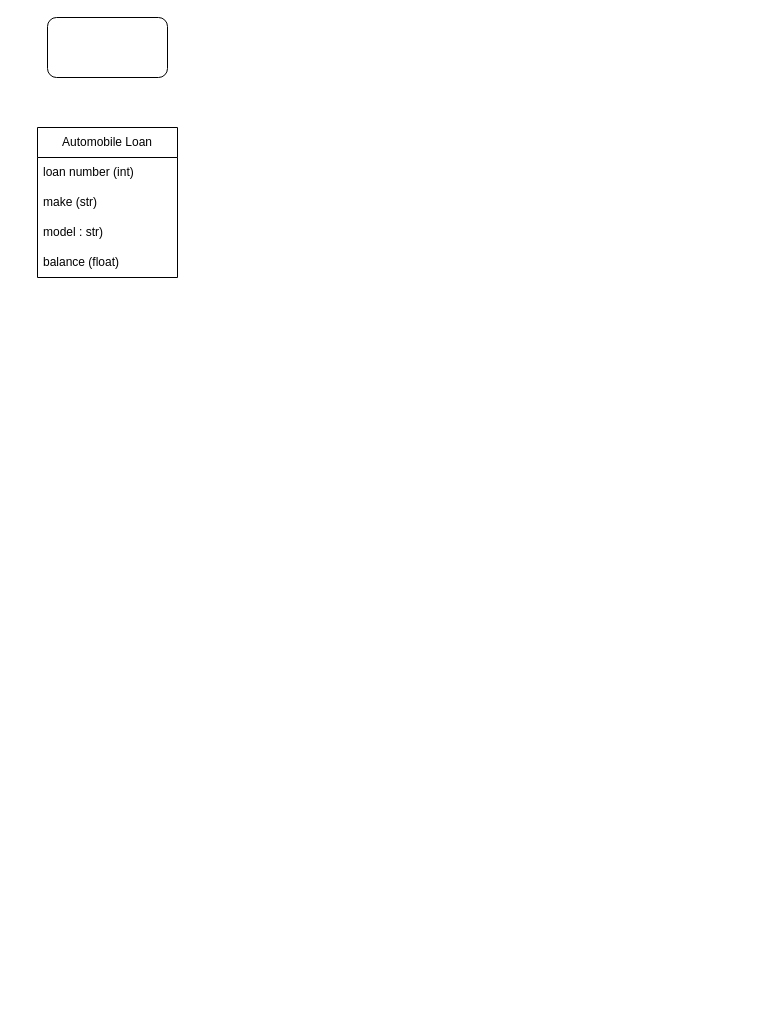
The draw.io diagram M10Objects (Kyler Suess).drawio in TheAgera/DrawIO, before the edit. Source tidied: cells renumbered, new cells numbered last; positions are measured from the earlier drawing's top-left corner, leaving out a move shared by most shapes. Both pictures are drawn from the tidied source at 100%, with x=0, y=0 at pixel (37, 17).
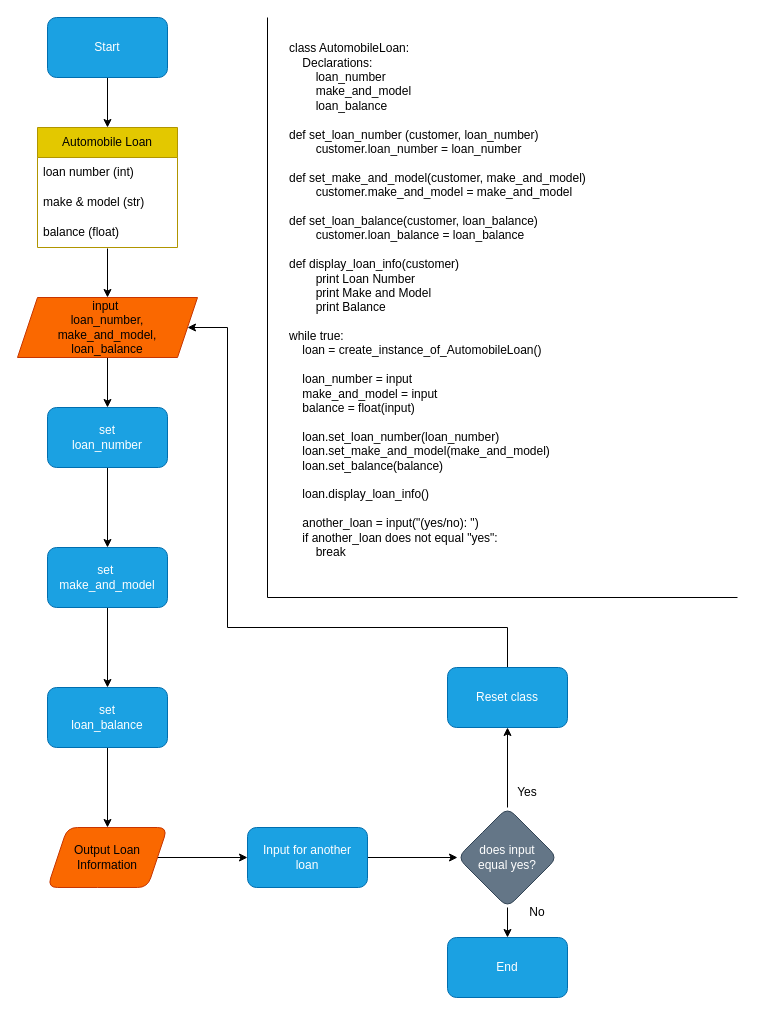
The same diagram, later.

Change to the diagram source:
```diff
@@
+    <mxCell id="8" style="edgeStyle=orthogonalEdgeStyle;rounded=0;jettySize=auto;html=1;entryX=0.5;entryY=0;entryDx=0;entryDy=0;" parent="1" edge="1" source="2" target="3">
+      <mxGeometry relative="1" as="geometry" />
+    </mxCell>
-    <mxCell id="2" style="rounded=1;whiteSpace=wrap;html=1;" parent="1" vertex="1">
+    <mxCell id="2" value="Start" style="rounded=1;whiteSpace=wrap;html=1;fillColor=#1ba1e2;fontColor=#ffffff;strokeColor=#006EAF;" parent="1" vertex="1">
       <mxGeometry x="10" width="120" height="60" as="geometry" />
     </mxCell>
-    <mxCell id="3" value="Automobile Loan" style="swimlane;fontStyle=0;horizontal=1;startSize=30;whiteSpace=wrap;html=1;" parent="1" vertex="1">
-      <mxGeometry y="110" width="140" height="150" as="geometry" />
+    <mxCell id="3" value="Automobile Loan" style="swimlane;fontStyle=0;horizontal=1;startSize=30;whiteSpace=wrap;html=1;fillColor=#e3c800;fontColor=#000000;strokeColor=#B09500;" parent="1" vertex="1">
+      <mxGeometry y="110" width="140" height="120" as="geometry" />
     </mxCell>
@@
-    <mxCell id="5" value="make (str)" style="text;strokeColor=none;fillColor=none;align=left;verticalAlign=middle;spacingLeft=4;spacingRight=4;overflow=hidden;whiteSpace=wrap;html=1;" parent="3" vertex="1">
+    <mxCell id="5" value="make &amp;amp; model (str)" style="text;strokeColor=none;fillColor=none;align=left;verticalAlign=middle;spacingLeft=4;spacingRight=4;overflow=hidden;whiteSpace=wrap;html=1;" parent="3" vertex="1">
       <mxGeometry y="60" width="140" height="30" as="geometry" />
     </mxCell>
-    <mxCell id="6" value="model : str)" style="text;strokeColor=none;fillColor=none;align=left;verticalAlign=middle;spacingLeft=4;spacingRight=4;overflow=hidden;whiteSpace=wrap;html=1;" parent="3" vertex="1">
-      <mxGeometry y="90" width="140" height="30" as="geometry" />
-    </mxCell>
     <mxCell id="7" value="balance (float)" style="text;strokeColor=none;fillColor=none;align=left;verticalAlign=middle;spacingLeft=4;spacingRight=4;overflow=hidden;points=[[0,0.5],[1,0.5]];portConstraint=eastwest;whiteSpace=wrap;html=1;" parent="3" vertex="1">
-      <mxGeometry y="120" width="140" height="30" as="geometry" />
+      <mxGeometry y="90" width="140" height="30" as="geometry" />
     </mxCell>
+    <mxCell id="9" style="endArrow=classic;html=1;rounded=0;exitX=0.5;exitY=1.033;exitDx=0;exitDy=0;exitPerimeter=0;" parent="1" edge="1" source="7">
+      <mxGeometry relative="1" as="geometry">
+        <mxPoint x="70" y="280" as="targetPoint" />
+      </mxGeometry>
+    </mxCell>
+    <mxCell id="10" style="edgeStyle=orthogonalEdgeStyle;rounded=0;jettySize=auto;html=1;" parent="1" edge="1" source="11" target="13">
+      <mxGeometry relative="1" as="geometry" />
+    </mxCell>
+    <mxCell id="11" value="input&amp;nbsp;&lt;br&gt;loan_number,&lt;br&gt;make_and_model,&lt;br&gt;loan_balance" style="shape=parallelogram;perimeter=parallelogramPerimeter;whiteSpace=wrap;html=1;fixedSize=1;fillColor=#fa6800;fontColor=#000000;strokeColor=#C73500;" parent="1" vertex="1">
+      <mxGeometry x="-20" y="280" width="180" height="60" as="geometry" />
+    </mxCell>
+    <mxCell id="12" style="edgeStyle=orthogonalEdgeStyle;rounded=0;jettySize=auto;html=1;" parent="1" edge="1" source="13" target="15">
+      <mxGeometry relative="1" as="geometry" />
+    </mxCell>
+    <mxCell id="13" value="set &lt;br&gt;loan_number" style="rounded=1;whiteSpace=wrap;html=1;fillColor=#1ba1e2;fontColor=#ffffff;strokeColor=#006EAF;" parent="1" vertex="1">
+      <mxGeometry x="10" y="390" width="120" height="60" as="geometry" />
+    </mxCell>
+    <mxCell id="14" style="edgeStyle=orthogonalEdgeStyle;rounded=0;jettySize=auto;html=1;" parent="1" edge="1" source="15" target="17">
+      <mxGeometry relative="1" as="geometry" />
+    </mxCell>
+    <mxCell id="15" value="set&amp;nbsp;&lt;br&gt;make_and_model" style="whiteSpace=wrap;html=1;rounded=1;fillColor=#1ba1e2;fontColor=#ffffff;strokeColor=#006EAF;" parent="1" vertex="1">
+      <mxGeometry x="10" y="530" width="120" height="60" as="geometry" />
+    </mxCell>
+    <mxCell id="16" style="edgeStyle=orthogonalEdgeStyle;rounded=0;jettySize=auto;html=1;" parent="1" edge="1" source="17" target="19">
+      <mxGeometry relative="1" as="geometry" />
+    </mxCell>
+    <mxCell id="17" value="set&lt;br&gt;loan_balance" style="whiteSpace=wrap;html=1;rounded=1;fillColor=#1ba1e2;fontColor=#ffffff;strokeColor=#006EAF;" parent="1" vertex="1">
+      <mxGeometry x="10" y="670" width="120" height="60" as="geometry" />
+    </mxCell>
+    <mxCell id="18" style="edgeStyle=orthogonalEdgeStyle;rounded=0;jettySize=auto;html=1;" parent="1" edge="1" source="19" target="21">
+      <mxGeometry relative="1" as="geometry" />
+    </mxCell>
+    <mxCell id="19" value="Output Loan&lt;br&gt;Information" style="shape=parallelogram;perimeter=parallelogramPerimeter;whiteSpace=wrap;html=1;fixedSize=1;rounded=1;fillColor=#fa6800;fontColor=#000000;strokeColor=#C73500;" parent="1" vertex="1">
+      <mxGeometry x="10" y="810" width="120" height="60" as="geometry" />
+    </mxCell>
+    <mxCell id="20" style="edgeStyle=orthogonalEdgeStyle;rounded=0;jettySize=auto;html=1;" parent="1" edge="1" source="21" target="24">
+      <mxGeometry relative="1" as="geometry" />
+    </mxCell>
+    <mxCell id="21" value="Input for another&lt;br&gt;loan" style="whiteSpace=wrap;html=1;rounded=1;fillColor=#1ba1e2;fontColor=#ffffff;strokeColor=#006EAF;" parent="1" vertex="1">
+      <mxGeometry x="210" y="810" width="120" height="60" as="geometry" />
+    </mxCell>
+    <mxCell id="22" style="edgeStyle=orthogonalEdgeStyle;rounded=0;jettySize=auto;html=1;" parent="1" edge="1" source="24" target="25">
+      <mxGeometry relative="1" as="geometry" />
+    </mxCell>
+    <mxCell id="23" style="edgeStyle=orthogonalEdgeStyle;rounded=0;jettySize=auto;html=1;" parent="1" edge="1" source="24" target="27">
+      <mxGeometry relative="1" as="geometry" />
+    </mxCell>
+    <mxCell id="24" value="does input &lt;br&gt;equal yes?" style="rhombus;whiteSpace=wrap;html=1;rounded=1;fillColor=#647687;fontColor=#ffffff;strokeColor=#314354;" parent="1" vertex="1">
+      <mxGeometry x="420" y="790" width="100" height="100" as="geometry" />
+    </mxCell>
+    <mxCell id="25" value="End" style="whiteSpace=wrap;html=1;rounded=1;fillColor=#1ba1e2;fontColor=#ffffff;strokeColor=#006EAF;" parent="1" vertex="1">
+      <mxGeometry x="410" y="920" width="120" height="60" as="geometry" />
+    </mxCell>
+    <mxCell id="26" style="edgeStyle=orthogonalEdgeStyle;rounded=0;jettySize=auto;html=1;exitX=0.5;exitY=0;exitDx=0;exitDy=0;entryX=1;entryY=0.5;entryDx=0;entryDy=0;" parent="1" edge="1" source="27" target="11">
+      <mxGeometry relative="1" as="geometry">
+        <Array as="points">
+          <mxPoint x="470" y="610" />
+          <mxPoint x="190" y="610" />
+          <mxPoint x="190" y="310" />
+        </Array>
+      </mxGeometry>
+    </mxCell>
+    <mxCell id="27" value="Reset class" style="whiteSpace=wrap;html=1;rounded=1;fillColor=#1ba1e2;fontColor=#ffffff;strokeColor=#006EAF;" parent="1" vertex="1">
+      <mxGeometry x="410" y="650" width="120" height="60" as="geometry" />
+    </mxCell>
+    <mxCell id="28" value="No" style="text;html=1;strokeColor=none;fillColor=none;align=center;verticalAlign=middle;whiteSpace=wrap;rounded=0;" parent="1" vertex="1">
+      <mxGeometry x="470" y="880" width="60" height="30" as="geometry" />
+    </mxCell>
+    <mxCell id="29" value="Yes" style="text;html=1;strokeColor=none;fillColor=none;align=center;verticalAlign=middle;whiteSpace=wrap;rounded=0;" parent="1" vertex="1">
+      <mxGeometry x="460" y="760" width="60" height="30" as="geometry" />
+    </mxCell>
+    <mxCell id="30" style="endArrow=none;html=1;rounded=0;" parent="1" edge="1">
+      <mxGeometry relative="1" as="geometry">
+        <mxPoint x="230" y="580" as="sourcePoint" />
+        <mxPoint x="700" y="580" as="targetPoint" />
+      </mxGeometry>
+    </mxCell>
+    <mxCell id="31" style="endArrow=none;html=1;rounded=0;" parent="1" edge="1">
+      <mxGeometry relative="1" as="geometry">
+        <mxPoint x="230" y="580" as="sourcePoint" />
+        <mxPoint x="230" as="targetPoint" />
+      </mxGeometry>
+    </mxCell>
+    <mxCell id="32" value="&lt;div&gt;class AutomobileLoan:&lt;/div&gt;&lt;div&gt;&amp;nbsp; &amp;nbsp; Declarations:&lt;/div&gt;&lt;div&gt;&amp;nbsp; &amp;nbsp; &amp;nbsp; &amp;nbsp; loan_number&lt;/div&gt;&lt;div&gt;&amp;nbsp; &amp;nbsp; &amp;nbsp; &amp;nbsp; make_and_model&lt;/div&gt;&lt;div&gt;&amp;nbsp; &amp;nbsp; &amp;nbsp; &amp;nbsp; loan_balance&lt;/div&gt;&lt;div&gt;&lt;br&gt;&lt;/div&gt;&lt;div&gt;def set_loan_number (customer, loan_number)&lt;/div&gt;&lt;div&gt;&lt;span style=&quot;white-space: pre;&quot;&gt;&#9;&lt;/span&gt;customer.loan_number = loan_number&lt;br&gt;&lt;/div&gt;&lt;div&gt;&lt;br&gt;&lt;/div&gt;&lt;div&gt;def set_make_and_model(customer, make_and_model)&lt;/div&gt;&lt;div&gt;&lt;span style=&quot;white-space: pre;&quot;&gt;&#9;&lt;/span&gt;customer.make_and_model = make_and_model&lt;br&gt;&lt;/div&gt;&lt;div&gt;&lt;br&gt;&lt;/div&gt;&lt;div&gt;def set_loan_balance(customer, loan_balance)&lt;/div&gt;&lt;div&gt;&lt;span style=&quot;white-space: pre;&quot;&gt;&#9;&lt;/span&gt;customer.loan_balance = loan_balance&lt;br&gt;&lt;/div&gt;&lt;div&gt;&lt;br&gt;&lt;/div&gt;&lt;div&gt;def display_loan_info(customer)&lt;/div&gt;&lt;div&gt;&lt;span style=&quot;white-space: pre;&quot;&gt;&#9;&lt;/span&gt;print Loan Number&lt;br&gt;&lt;/div&gt;&lt;div&gt;&lt;span style=&quot;white-space: pre;&quot;&gt;&#9;&lt;/span&gt;print Make and Model&lt;br&gt;&lt;/div&gt;&lt;div&gt;&lt;span style=&quot;white-space: pre;&quot;&gt;&#9;&lt;/span&gt;print Balance&lt;/div&gt;&lt;div&gt;&lt;br&gt;&lt;/div&gt;&lt;div&gt;while true:&lt;/div&gt;&lt;div&gt;&amp;nbsp; &amp;nbsp; loan = create_instance_of_AutomobileLoan()&lt;/div&gt;&lt;div&gt;&lt;br&gt;&lt;/div&gt;&lt;div&gt;&amp;nbsp; &amp;nbsp; loan_number = input&lt;/div&gt;&lt;div&gt;&amp;nbsp; &amp;nbsp; make_and_model = input&amp;nbsp;&lt;/div&gt;&lt;div&gt;&amp;nbsp; &amp;nbsp; balance = float(input)&lt;/div&gt;&lt;div&gt;&lt;br&gt;&lt;/div&gt;&lt;div&gt;&amp;nbsp; &amp;nbsp; loan.set_loan_number(loan_number)&lt;/div&gt;&lt;div&gt;&amp;nbsp; &amp;nbsp; loan.set_make_and_model(make_and_model)&lt;/div&gt;&lt;div&gt;&amp;nbsp; &amp;nbsp; loan.set_balance(balance)&lt;/div&gt;&lt;div&gt;&lt;br&gt;&lt;/div&gt;&lt;div&gt;&amp;nbsp; &amp;nbsp; loan.display_loan_info()&lt;/div&gt;&lt;div&gt;&lt;br&gt;&lt;/div&gt;&lt;div&gt;&amp;nbsp; &amp;nbsp; another_loan = input(&quot;(yes/no): &quot;)&lt;/div&gt;&lt;div&gt;&amp;nbsp; &amp;nbsp; if another_loan does not equal &quot;yes&quot;:&lt;/div&gt;&lt;div&gt;&amp;nbsp; &amp;nbsp; &amp;nbsp; &amp;nbsp; break&lt;/div&gt;&lt;div&gt;&lt;br&gt;&lt;/div&gt;" style="text;html=1;strokeColor=none;fillColor=none;align=left;verticalAlign=middle;whiteSpace=wrap;rounded=0;" parent="1" vertex="1">
+      <mxGeometry x="250" y="10" width="460" height="560" as="geometry" />
+    </mxCell>
```
